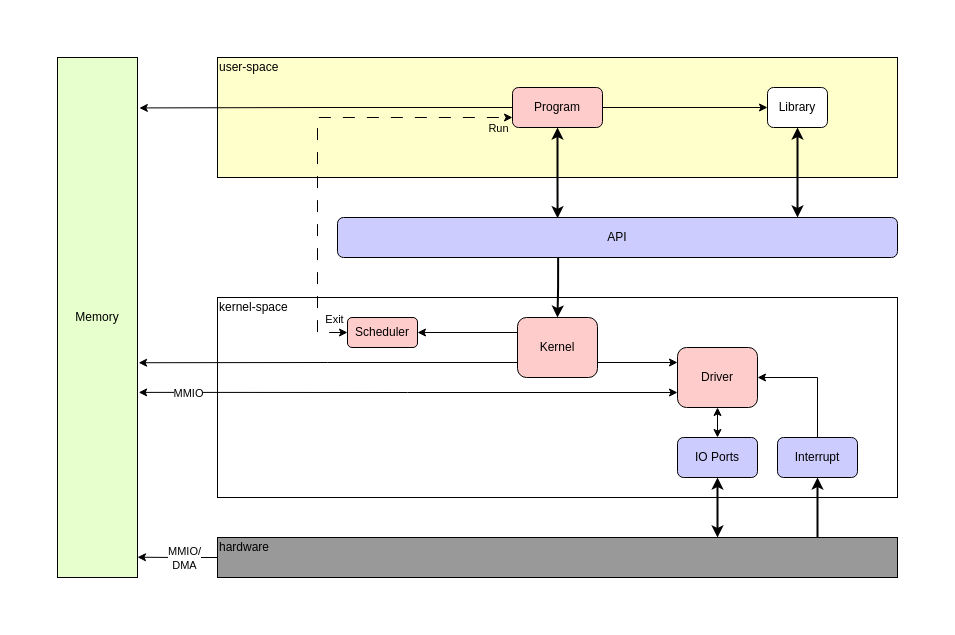
Before: docs/os_schema.drawio in igmunv/Operation-System, a draw.io diagram. Source tidied: cells renumbered, new cells numbered last; positions are measured from the earlier drawing's top-left corner, leaving out a move shared by most shapes. Both pictures are drawn from the tidied source at 100%, with x=0, y=0 at pixel (57, 57).
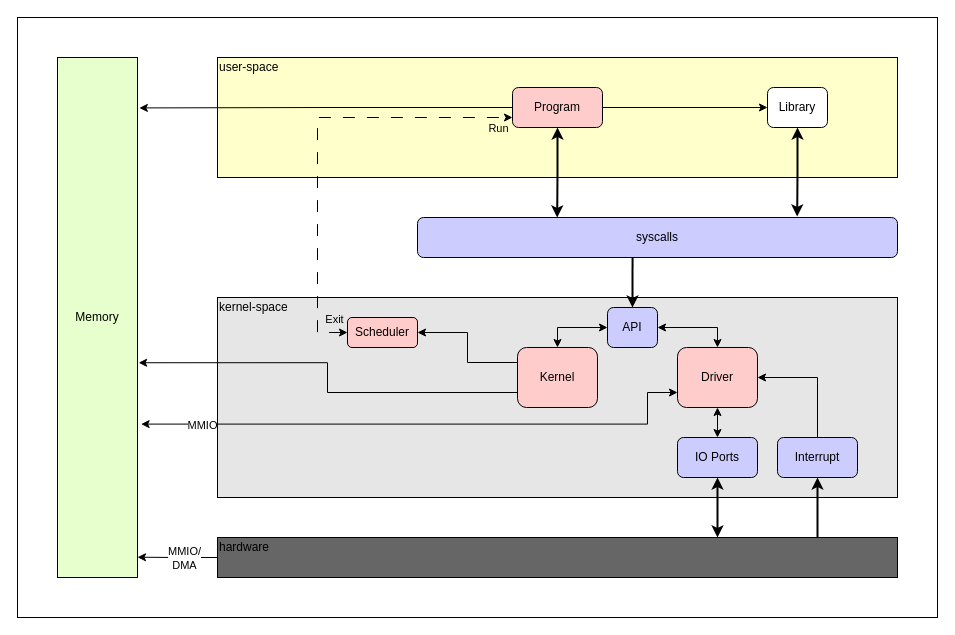
After the change.

The change refers to these unchanged cells:
```xml
<mxCell id="11" value="Program" style="rounded=1;whiteSpace=wrap;html=1;fillColor=#FFCCCC;" parent="1" vertex="1">
  <mxGeometry x="455" y="30" width="90" height="40" as="geometry" />
</mxCell>
<mxCell id="14" value="Library" style="rounded=1;whiteSpace=wrap;html=1;" parent="1" vertex="1">
  <mxGeometry x="710" y="30" width="60" height="40" as="geometry" />
</mxCell>
<mxCell id="16" value="Driver" style="rounded=1;whiteSpace=wrap;html=1;fillColor=#FFCCCC;" parent="1" vertex="1">
  <mxGeometry x="620" y="290" width="80" height="60" as="geometry" />
</mxCell>
<mxCell id="18" value="Memory" style="rounded=0;whiteSpace=wrap;html=1;fillColor=#E6FFCC;" parent="1" vertex="1">
  <mxGeometry width="80" height="520" as="geometry" />
</mxCell>
```

The edit, as a diff of the source:
```diff
@@
+    <mxCell id="36" style="rounded=0;whiteSpace=wrap;html=1;" parent="1" vertex="1">
+      <mxGeometry x="-40" y="-40" width="920" height="600" as="geometry" />
+    </mxCell>
-    <mxCell id="2" style="rounded=0;whiteSpace=wrap;html=1;" parent="1" vertex="1">
+    <mxCell id="2" style="rounded=0;whiteSpace=wrap;html=1;fillColor=#E6E6E6;" parent="1" vertex="1">
       <mxGeometry x="160" y="240" width="680" height="200" as="geometry" />
     </mxCell>
@@
-    <mxCell id="5" style="rounded=0;whiteSpace=wrap;html=1;fillColor=#999999;" parent="1" vertex="1">
+    <mxCell id="5" style="rounded=0;whiteSpace=wrap;html=1;fillColor=#666666;" parent="1" vertex="1">
       <mxGeometry x="160" y="480" width="680" height="40" as="geometry" />
     </mxCell>
@@
-    <mxCell id="10" style="edgeStyle=orthogonalEdgeStyle;rounded=0;jettySize=auto;html=1;exitX=0.5;exitY=1;exitDx=0;exitDy=0;entryX=0.393;entryY=0.017;entryDx=0;entryDy=0;strokeWidth=2;endArrow=classic;endFill=1;startArrow=classic;startFill=1;entryPerimeter=0;" parent="1" edge="1" source="11" target="13">
+    <mxCell id="10" style="edgeStyle=orthogonalEdgeStyle;rounded=0;jettySize=auto;html=1;exitX=0.5;exitY=1;exitDx=0;exitDy=0;strokeWidth=2;endArrow=classic;endFill=1;startArrow=classic;startFill=1;entryX=0.291;entryY=0;entryDx=0;entryDy=0;entryPerimeter=0;" parent="1" edge="1" source="11" target="39">
       <mxGeometry relative="1" as="geometry" />
     </mxCell>
@@
-    <mxCell id="12" style="edgeStyle=orthogonalEdgeStyle;rounded=0;jettySize=auto;html=1;entryX=0.5;entryY=0;entryDx=0;entryDy=0;strokeWidth=2;exitX=0.394;exitY=1.003;exitDx=0;exitDy=0;exitPerimeter=0;" parent="1" edge="1" source="13" target="30">
+    <mxCell id="12" style="edgeStyle=orthogonalEdgeStyle;rounded=0;jettySize=auto;html=1;exitX=0;exitY=0.5;exitDx=0;exitDy=0;entryX=0.5;entryY=0;entryDx=0;entryDy=0;startArrow=classic;startFill=1;" parent="1" edge="1" source="13" target="30">
       <mxGeometry relative="1" as="geometry" />
     </mxCell>
     <mxCell id="13" value="API" style="rounded=1;whiteSpace=wrap;html=1;fillColor=#CCCCFF;" parent="1" vertex="1">
-      <mxGeometry x="280" y="160" width="560" height="40" as="geometry" />
+      <mxGeometry x="550" y="250" width="50" height="40" as="geometry" />
     </mxCell>
@@
+    <mxCell id="37" style="edgeStyle=orthogonalEdgeStyle;rounded=0;jettySize=auto;html=1;exitX=0.5;exitY=0;exitDx=0;exitDy=0;entryX=1;entryY=0.5;entryDx=0;entryDy=0;strokeWidth=1;startArrow=classic;startFill=1;" parent="1" edge="1" source="16" target="13">
+      <mxGeometry relative="1" as="geometry" />
+    </mxCell>
@@
-    <mxCell id="17" style="edgeStyle=orthogonalEdgeStyle;rounded=0;jettySize=auto;html=1;exitX=0.5;exitY=1;exitDx=0;exitDy=0;strokeWidth=2;startArrow=classic;startFill=1;" parent="1" edge="1" source="14">
-      <mxGeometry relative="1" as="geometry">
-        <mxPoint x="740" y="160" as="targetPoint" />
-      </mxGeometry>
+    <mxCell id="17" style="edgeStyle=orthogonalEdgeStyle;rounded=0;jettySize=auto;html=1;exitX=0.5;exitY=1;exitDx=0;exitDy=0;strokeWidth=2;startArrow=classic;startFill=1;entryX=0.791;entryY=-0.025;entryDx=0;entryDy=0;entryPerimeter=0;" parent="1" edge="1" source="14" target="39">
+      <mxGeometry relative="1" as="geometry" />
     </mxCell>
@@
-    <mxCell id="26" style="edgeStyle=orthogonalEdgeStyle;rounded=0;jettySize=auto;html=1;exitX=0;exitY=0.75;exitDx=0;exitDy=0;startArrow=classic;startFill=1;entryX=1.015;entryY=0.644;entryDx=0;entryDy=0;entryPerimeter=0;" parent="1" edge="1" source="16" target="18">
-      <mxGeometry relative="1" as="geometry" />
+    <mxCell id="26" style="edgeStyle=orthogonalEdgeStyle;rounded=0;jettySize=auto;html=1;exitX=0;exitY=0.75;exitDx=0;exitDy=0;startArrow=classic;startFill=1;entryX=1.045;entryY=0.705;entryDx=0;entryDy=0;entryPerimeter=0;" parent="1" edge="1" source="16" target="18">
+      <mxGeometry relative="1" as="geometry">
+        <Array as="points">
+          <mxPoint x="590" y="335" />
+          <mxPoint x="590" y="367" />
+        </Array>
+      </mxGeometry>
     </mxCell>
@@
-    <mxCell id="28" style="edgeStyle=orthogonalEdgeStyle;rounded=0;jettySize=auto;html=1;exitX=1;exitY=0.75;exitDx=0;exitDy=0;entryX=0;entryY=0.25;entryDx=0;entryDy=0;" parent="1" edge="1" source="30" target="16">
-      <mxGeometry relative="1" as="geometry" />
-    </mxCell>
@@
-    <mxCell id="30" value="Kernel" style="rounded=1;whiteSpace=wrap;html=1;fillColor=#FFCCCC;" parent="1" vertex="1">
-      <mxGeometry x="460" y="260" width="80" height="60" as="geometry" />
+    <mxCell id="30" value="Kernel" style="rounded=1;whiteSpace=wrap;html=1;fillColor=#FFCCCC;strokeWidth=1;" parent="1" vertex="1">
+      <mxGeometry x="460" y="290" width="80" height="60" as="geometry" />
     </mxCell>
@@
+    <mxCell id="38" style="edgeStyle=orthogonalEdgeStyle;rounded=0;jettySize=auto;html=1;entryX=0.5;entryY=0;entryDx=0;entryDy=0;exitX=0.448;exitY=1;exitDx=0;exitDy=0;exitPerimeter=0;strokeWidth=2;" parent="1" edge="1" source="39" target="13">
+      <mxGeometry relative="1" as="geometry" />
+    </mxCell>
+    <mxCell id="39" value="syscalls" style="rounded=1;whiteSpace=wrap;html=1;fillColor=#CCCCFF;" parent="1" vertex="1">
+      <mxGeometry x="360" y="160" width="480" height="40" as="geometry" />
+    </mxCell>
```
